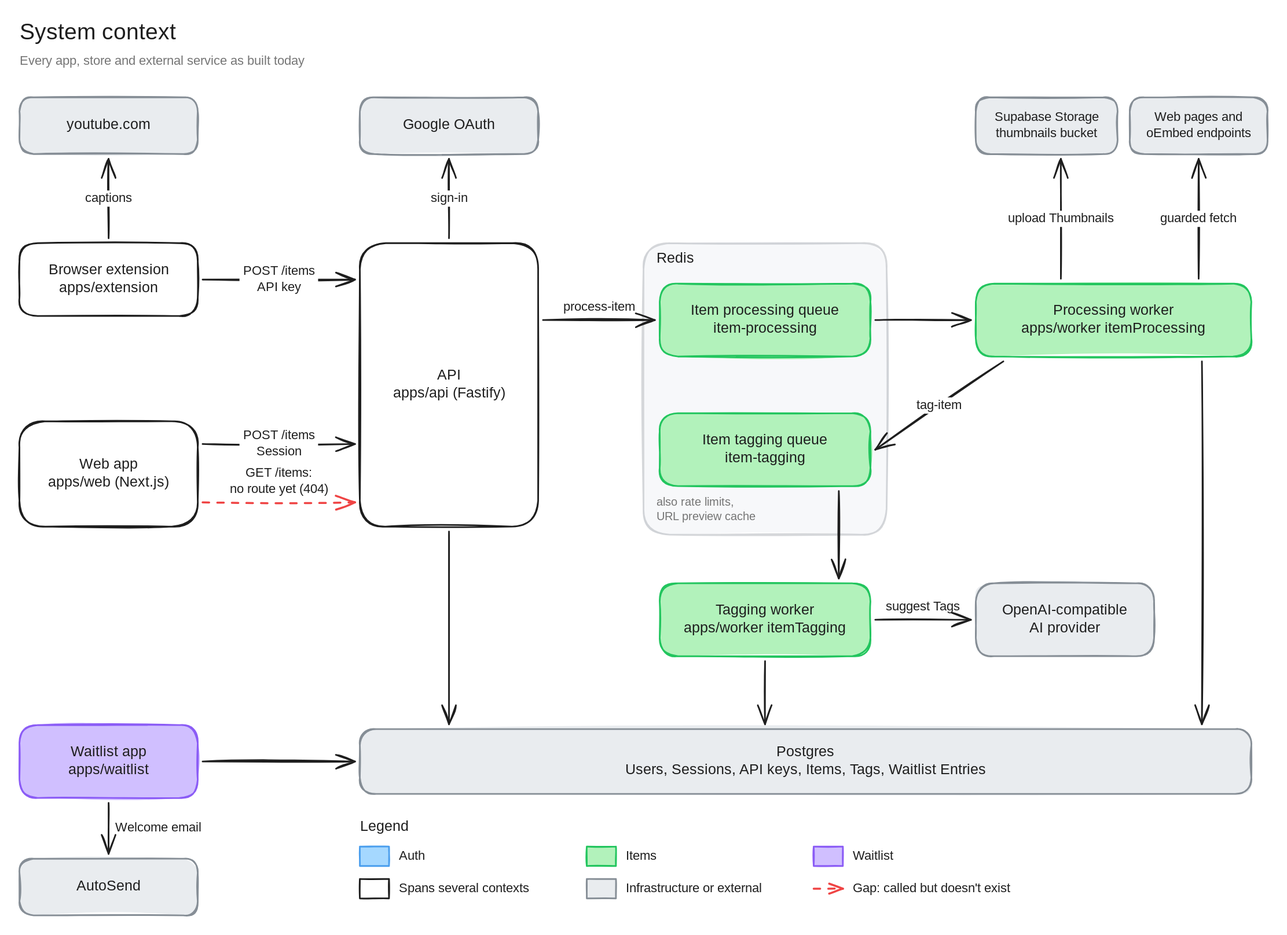
Above: docs/diagrams/system-context.excalidraw.svg in souravdotdev/Resonory (Excalidraw), before the change. Source tidied: one line per element, renumbered; positions are measured from the earlier drawing's top-left corner, leaving out a move shared by most shapes.
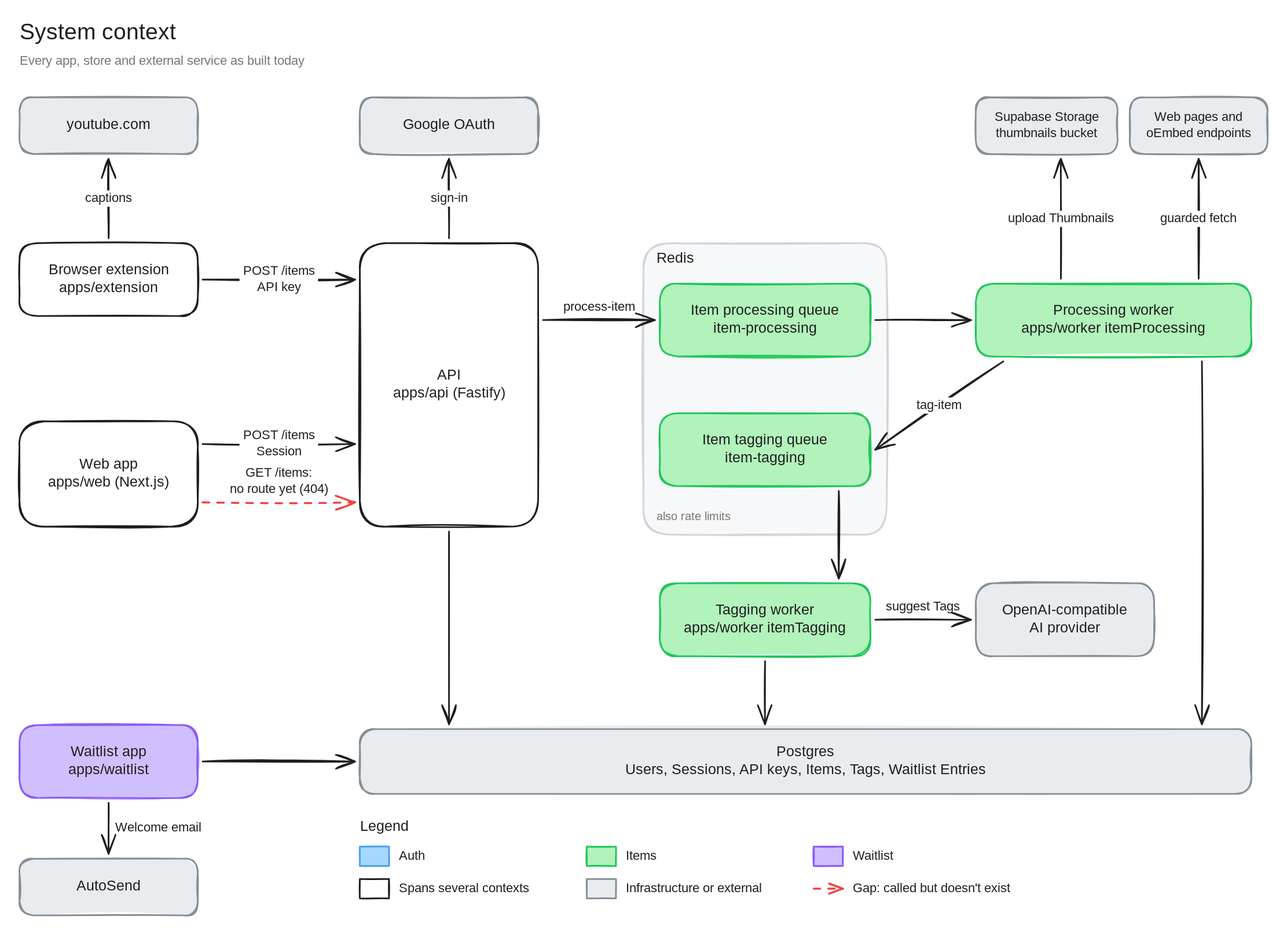
The same diagram one commit later.

Commit message:
docs(diagrams): drop the URL preview cache from Redis in the system context

Change to the diagram source:
```diff
@@ -2,7 +2,7 @@
 {"id": 1, "type": "text", "text": "Every app, store and external service as built today", "strokeColor": "#757575", "strokeWidth": 2, "roughness": 1, "fontSize": 16, "fontFamily": 5, "x": 0, "y": 42, "width": 458, "height": 20}
 {"id": 2, "type": "rectangle", "strokeColor": "#868e96", "backgroundColor": "#e9ecef", "fillStyle": "solid", "strokeWidth": 2, "roughness": 1, "opacity": 35, "round": true, "x": 770, "y": 276, "width": 300, "height": 360}
 {"id": 3, "type": "text", "text": "Redis", "strokeColor": "#1e1e1e", "strokeWidth": 2, "roughness": 1, "fontSize": 18, "fontFamily": 5, "x": 786, "y": 284, "width": 50, "height": 23}
-{"id": 4, "type": "text", "text": "also rate limits,\nURL preview cache", "strokeColor": "#757575", "strokeWidth": 2, "roughness": 1, "fontSize": 14, "fontFamily": 5, "x": 786, "y": 588, "width": 131, "height": 35}
+{"id": 4, "type": "text", "text": "also rate limits", "strokeColor": "#757575", "strokeWidth": 2, "roughness": 1, "fontSize": 14, "fontFamily": 5, "x": 786, "y": 606, "width": 124, "height": 18}
 {"id": 5, "type": "rectangle", "strokeColor": "#868e96", "backgroundColor": "#e9ecef", "fillStyle": "solid", "strokeWidth": 2, "roughness": 1, "round": true, "x": 0, "y": 96, "width": 220, "height": 70}
 {"id": 6, "type": "text", "text": "youtube.com", "strokeColor": "#1e1e1e", "strokeWidth": 2, "roughness": 1, "fontSize": 18, "fontFamily": 5, "textAlign": "center", "verticalAlign": "middle", "inside": 5, "x": 56, "y": 120, "width": 109, "height": 23}
 {"id": 7, "type": "rectangle", "strokeColor": "#1e1e1e", "backgroundColor": "#ffffff", "fillStyle": "solid", "strokeWidth": 2, "roughness": 1, "round": true, "x": 0, "y": 276, "width": 220, "height": 90}
```
